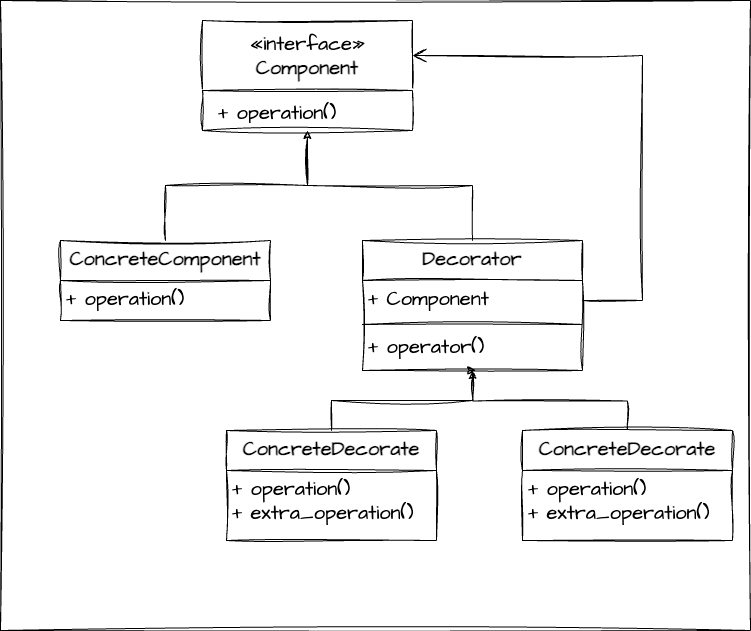
Before: src/main/java/me/cho/design_patterns/_2_structural_patterns/_04_decorator/decorator_basic.drawio.png, a diagram exported from draw.io (choomi1217/designPatterns). Source tidied: cells renumbered, new cells last; positions are measured from the earlier drawing's top-left corner, leaving out a move shared by most shapes.
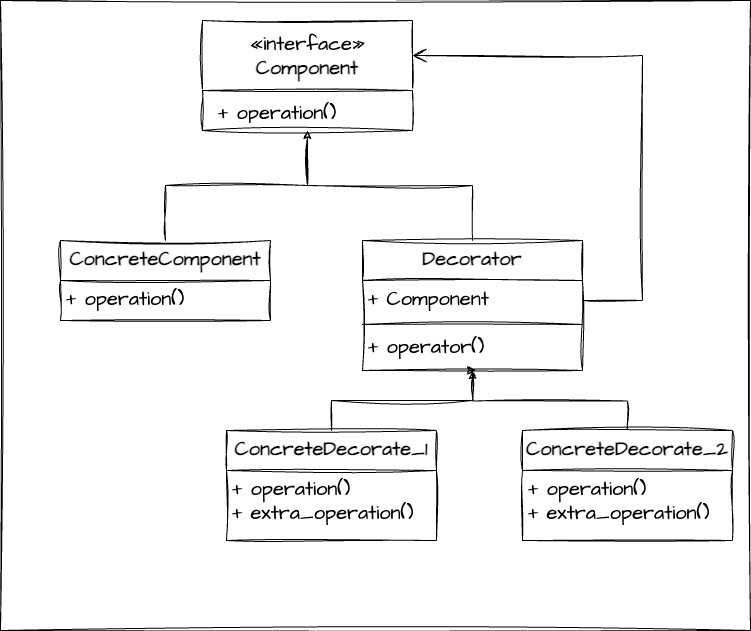
The same diagram one commit later.

What changed in the source:
```diff
@@ -55,7 +55,7 @@
         </Array>
       </mxGeometry>
     </mxCell>
-    <mxCell id="16" value="ConcreteDecorate" style="swimlane;fontStyle=1;align=center;verticalAlign=top;horizontal=1;startSize=40;whiteSpace=wrap;html=1;sketch=1;hachureGap=4;jiggle=2;curveFitting=1;fontFamily=Architects Daughter;fontSource=https%3A%2F%2Ffonts.googleapis.com%2Fcss%3Ffamily%3DArchitects%2BDaughter;fontSize=20;" parent="1" vertex="1">
+    <mxCell id="16" value="ConcreteDecorate_1" style="swimlane;fontStyle=1;align=center;verticalAlign=top;horizontal=1;startSize=40;whiteSpace=wrap;html=1;sketch=1;hachureGap=4;jiggle=2;curveFitting=1;fontFamily=Architects Daughter;fontSource=https%3A%2F%2Ffonts.googleapis.com%2Fcss%3Ffamily%3DArchitects%2BDaughter;fontSize=20;" parent="1" vertex="1">
       <mxGeometry x="226" y="430" width="210" height="110" as="geometry" />
     </mxCell>
     <mxCell id="17" value="+ operation()&lt;br&gt;+ extra_operation()" style="text;strokeColor=none;fillColor=none;align=left;verticalAlign=top;spacingLeft=4;spacingRight=4;overflow=hidden;whiteSpace=wrap;html=1;fontSize=20;fontFamily=Architects Daughter;" parent="16" vertex="1">
@@ -66,7 +66,7 @@
         <mxPoint x="472" y="370" as="targetPoint" />
       </mxGeometry>
     </mxCell>
-    <mxCell id="19" value="ConcreteDecorate" style="swimlane;fontStyle=1;align=center;verticalAlign=top;horizontal=1;startSize=40;whiteSpace=wrap;html=1;sketch=1;hachureGap=4;jiggle=2;curveFitting=1;fontFamily=Architects Daughter;fontSource=https%3A%2F%2Ffonts.googleapis.com%2Fcss%3Ffamily%3DArchitects%2BDaughter;fontSize=20;" parent="1" vertex="1">
+    <mxCell id="19" value="ConcreteDecorate_2" style="swimlane;fontStyle=1;align=center;verticalAlign=top;horizontal=1;startSize=40;whiteSpace=wrap;html=1;sketch=1;hachureGap=4;jiggle=2;curveFitting=1;fontFamily=Architects Daughter;fontSource=https%3A%2F%2Ffonts.googleapis.com%2Fcss%3Ffamily%3DArchitects%2BDaughter;fontSize=20;" parent="1" vertex="1">
       <mxGeometry x="522" y="430" width="210" height="110" as="geometry" />
     </mxCell>
     <mxCell id="20" value="+ operation()&lt;br&gt;+ extra_operation()" style="text;strokeColor=none;fillColor=none;align=left;verticalAlign=top;spacingLeft=4;spacingRight=4;overflow=hidden;whiteSpace=wrap;html=1;fontSize=20;fontFamily=Architects Daughter;" parent="19" vertex="1">
```
